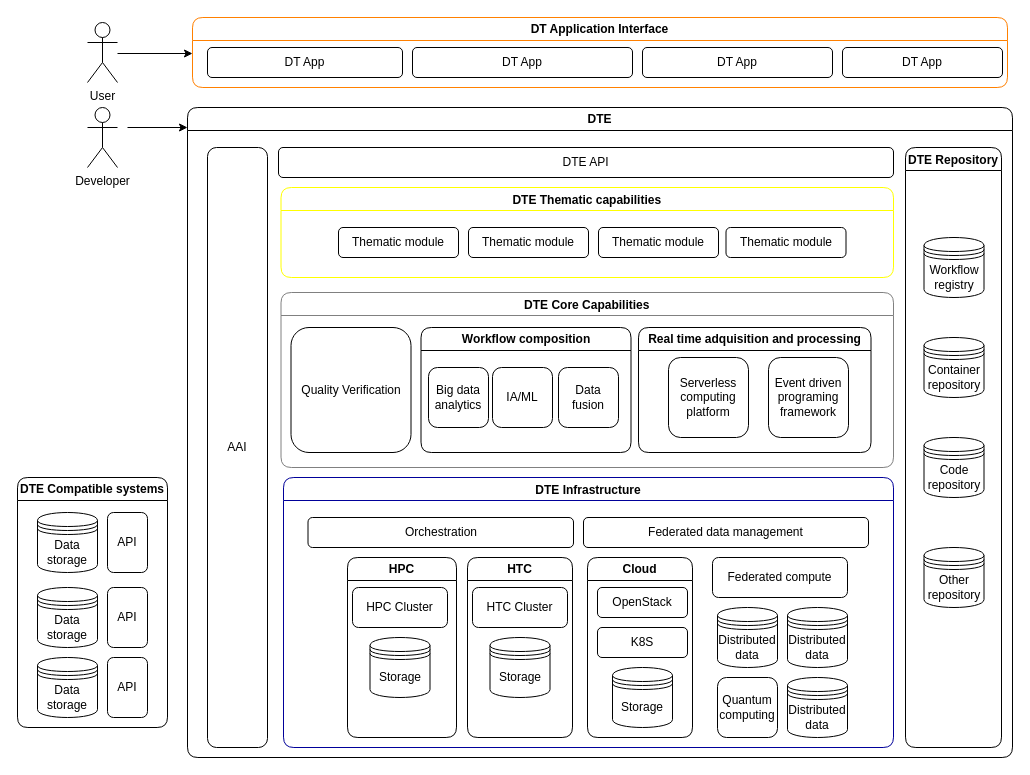
The draw.io diagram DTE/General.drawio in rbardaji/InterTwin, before the edit. Source tidied: cells renumbered, new cells numbered last; positions are measured from the earlier drawing's top-left corner, leaving out a move shared by most shapes. Both pictures are drawn from the tidied source at 100%, with x=0, y=0 at pixel (17, 17).
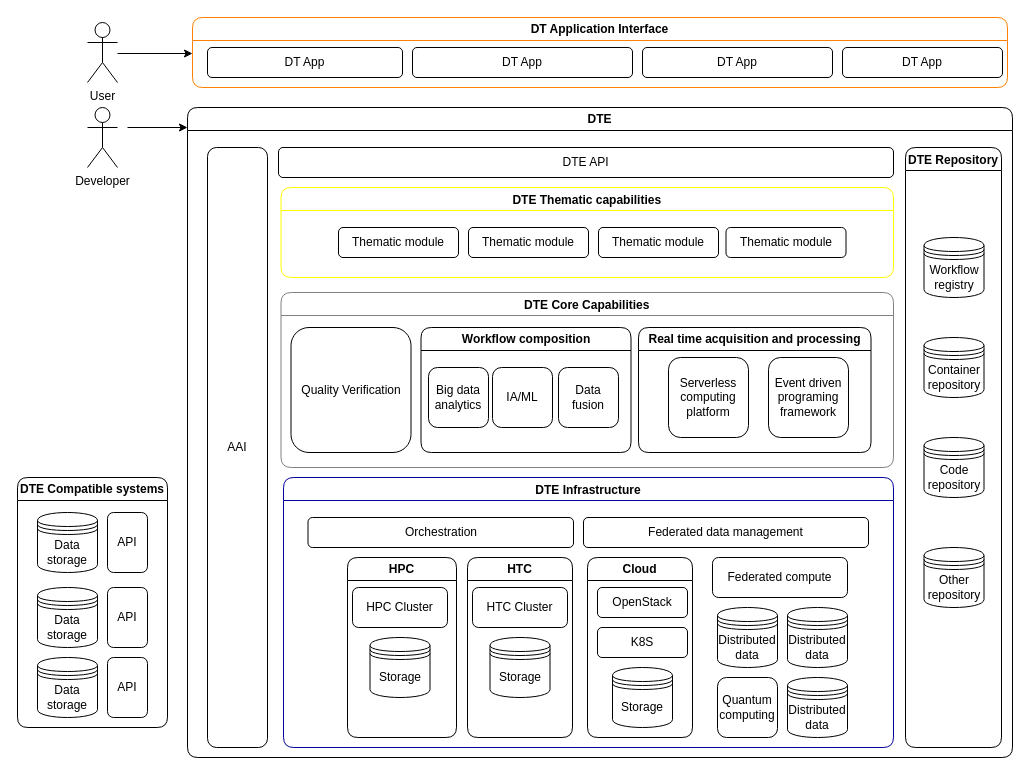
The same page after the edit.

Unchanged cells that the change refers to:
```xml
<mxCell id="16" value="DTE Core Capabilities" style="swimlane;strokeColor=#808080;rounded=1;" parent="9" vertex="1">
  <mxGeometry x="93.5" y="185" width="612.5" height="175" as="geometry" />
</mxCell>
```

The edit, as a diff of the source:
```diff
@@
-    <mxCell id="22" value="Real time adquisition and processing" style="swimlane;whiteSpace=wrap;html=1;rounded=1;startSize=23;" parent="16" vertex="1">
+    <mxCell id="22" value="Real time acquisition and processing" style="swimlane;whiteSpace=wrap;html=1;rounded=1;startSize=23;" parent="16" vertex="1">
       <mxGeometry x="357.5" y="35" width="232.5" height="125" as="geometry" />
     </mxCell>
```
